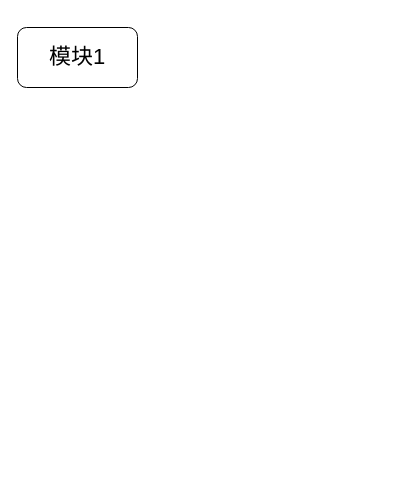
Above: difference.drawio in skindhu/9GAG (draw.io), before the change. Source tidied: cells renumbered, new cells numbered last; positions are measured from the earlier drawing's top-left corner, leaving out a move shared by most shapes. Both pictures are drawn from the tidied source at 100%, with x=0, y=0 at pixel (17, 27).
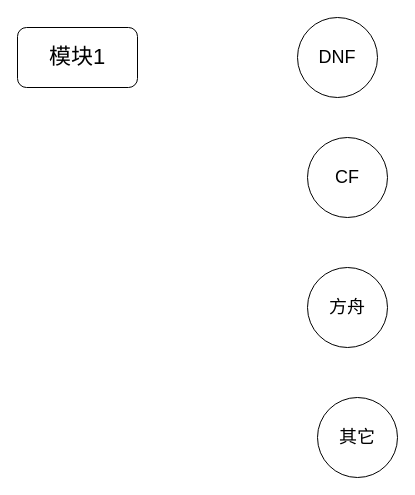
After the change.

What changed in the source:
```diff
@@
 <mxGraphModel>
   <root>
     <mxCell id="0" />
     <mxCell id="1" parent="0" />
     <mxCell id="2" value="&lt;font style=&quot;font-size: 22px;&quot;&gt;模块1&lt;/font&gt;" style="rounded=1;whiteSpace=wrap;html=1;" parent="1" vertex="1">
       <mxGeometry width="120" height="60" as="geometry" />
     </mxCell>
+    <mxCell id="3" value="DNF" style="ellipse;whiteSpace=wrap;html=1;fontSize=18;" parent="1" vertex="1">
+      <mxGeometry x="280" y="-10" width="80" height="80" as="geometry" />
+    </mxCell>
+    <mxCell id="4" value="CF" style="ellipse;whiteSpace=wrap;html=1;fontSize=18;" parent="1" vertex="1">
+      <mxGeometry x="290" y="110" width="80" height="80" as="geometry" />
+    </mxCell>
+    <mxCell id="5" value="方舟" style="ellipse;whiteSpace=wrap;html=1;fontSize=18;" parent="1" vertex="1">
+      <mxGeometry x="290" y="240" width="80" height="80" as="geometry" />
+    </mxCell>
+    <mxCell id="6" value="其它" style="ellipse;whiteSpace=wrap;html=1;fontSize=18;" parent="1" vertex="1">
+      <mxGeometry x="300" y="370" width="80" height="80" as="geometry" />
+    </mxCell>
   </root>
 </mxGraphModel>
```
